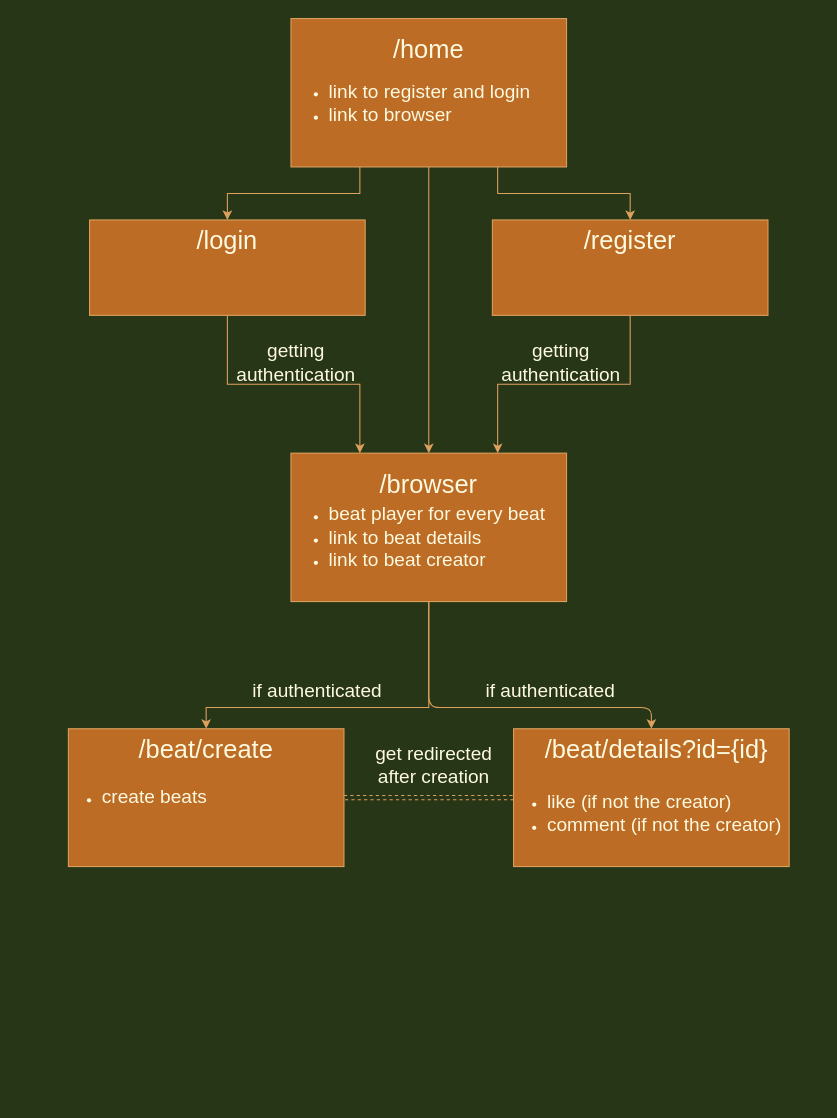
Before: static/images/app diagram.drawio in asen-krasimirov/Omega-Beats, a draw.io diagram. Source tidied: cells renumbered, new cells numbered last; positions are measured from the earlier drawing's top-left corner, leaving out a move shared by most shapes. Both pictures are drawn from the tidied source at 106%, with x=0, y=0 at pixel (57, 18).
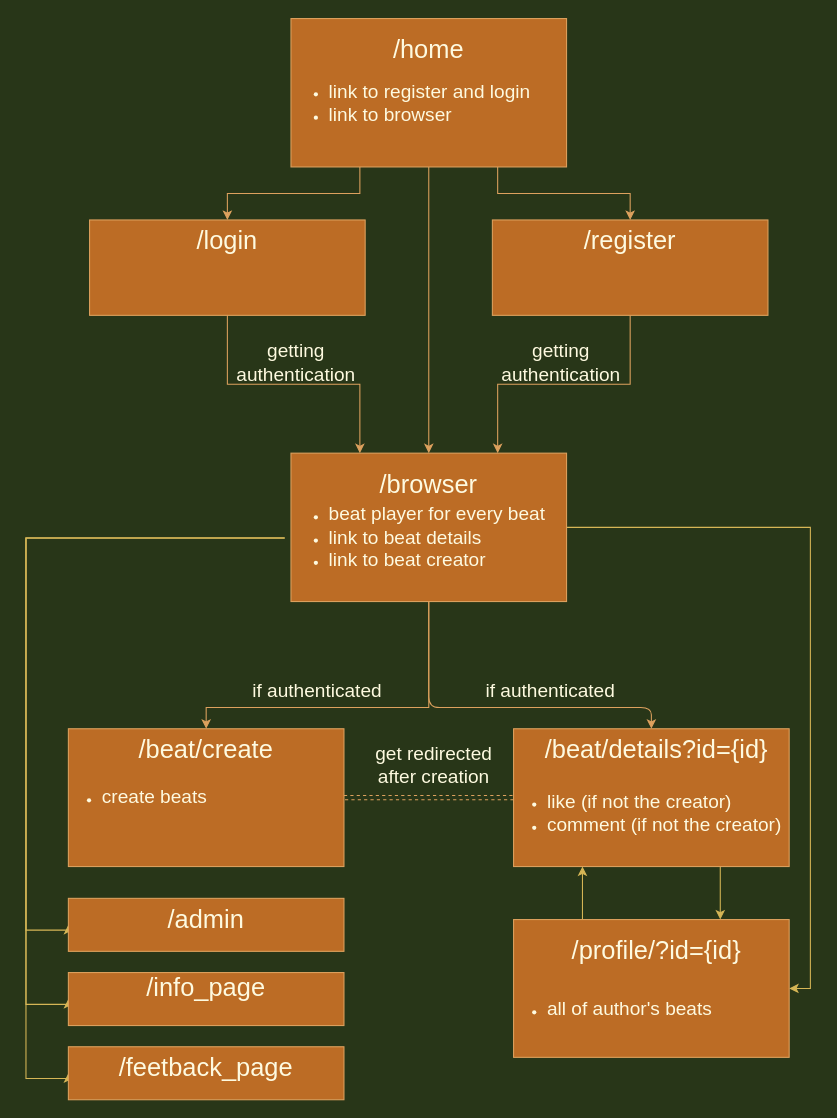
After the change.

The change refers to these unchanged cells:
```xml
<mxCell id="14" style="rounded=0;whiteSpace=wrap;html=1;fillColor=#BC6C25;strokeColor=#DDA15E;fontColor=#FEFAE0;" parent="1" vertex="1">
  <mxGeometry x="220" y="410" width="260" height="140" as="geometry" />
</mxCell>
<mxCell id="20" value="&lt;ul&gt;&lt;li&gt;&lt;font style=&quot;font-size: 18px&quot;&gt;beat player for every beat&lt;/font&gt;&lt;/li&gt;&lt;li&gt;&lt;font style=&quot;font-size: 18px&quot;&gt;link to beat details&lt;/font&gt;&lt;/li&gt;&lt;li&gt;&lt;font style=&quot;font-size: 18px&quot;&gt;link to beat creator&lt;/font&gt;&lt;/li&gt;&lt;/ul&gt;" style="text;html=1;align=left;verticalAlign=middle;points=[];strokeColor=none;fontColor=#FEFAE0;" parent="1" vertex="1">
  <mxGeometry x="214" y="450" width="260" height="80" as="geometry" />
</mxCell>
<mxCell id="24" style="rounded=0;whiteSpace=wrap;html=1;fillColor=#BC6C25;strokeColor=#DDA15E;fontColor=#FEFAE0;" parent="1" vertex="1">
  <mxGeometry x="430" y="670" width="260" height="130" as="geometry" />
</mxCell>
```

Diff of the diagram source:
```diff
@@
+    <mxCell id="32" style="edgeStyle=orthogonalEdgeStyle;rounded=0;jettySize=auto;html=1;exitX=1;exitY=0.5;exitDx=0;exitDy=0;entryX=1;entryY=0.5;entryDx=0;entryDy=0;fillColor=#fff2cc;strokeColor=#d6b656;" parent="1" edge="1" source="14" target="40">
+      <mxGeometry relative="1" as="geometry" />
+    </mxCell>
@@
+    <mxCell id="33" style="edgeStyle=orthogonalEdgeStyle;rounded=0;jettySize=auto;html=1;entryX=0;entryY=0.5;entryDx=0;entryDy=0;fillColor=#fff2cc;strokeColor=#d6b656;" parent="1" edge="1" source="20" target="37">
+      <mxGeometry relative="1" as="geometry">
+        <Array as="points">
+          <mxPoint x="-30" y="490" />
+          <mxPoint x="-30" y="860" />
+          <mxPoint x="10" y="860" />
+        </Array>
+      </mxGeometry>
+    </mxCell>
+    <mxCell id="34" style="edgeStyle=orthogonalEdgeStyle;rounded=0;jettySize=auto;html=1;entryX=0;entryY=0.5;entryDx=0;entryDy=0;fillColor=#fff2cc;strokeColor=#d6b656;" parent="1" edge="1" source="20" target="43">
+      <mxGeometry relative="1" as="geometry">
+        <Array as="points">
+          <mxPoint x="-30" y="490" />
+          <mxPoint x="-30" y="930" />
+          <mxPoint x="10" y="930" />
+        </Array>
+      </mxGeometry>
+    </mxCell>
+    <mxCell id="35" style="edgeStyle=orthogonalEdgeStyle;rounded=0;jettySize=auto;html=1;entryX=0;entryY=0.5;entryDx=0;entryDy=0;fillColor=#fff2cc;strokeColor=#d6b656;" parent="1" edge="1" source="20" target="44">
+      <mxGeometry relative="1" as="geometry">
+        <Array as="points">
+          <mxPoint x="-30" y="490" />
+          <mxPoint x="-30" y="1000" />
+          <mxPoint x="10" y="1000" />
+        </Array>
+      </mxGeometry>
+    </mxCell>
@@
+    <mxCell id="36" style="edgeStyle=orthogonalEdgeStyle;rounded=0;jettySize=auto;html=1;exitX=0.75;exitY=1;exitDx=0;exitDy=0;entryX=0.75;entryY=0;entryDx=0;entryDy=0;fillColor=#fff2cc;strokeColor=#d6b656;" parent="1" edge="1" source="24" target="40">
+      <mxGeometry relative="1" as="geometry" />
+    </mxCell>
@@
+    <mxCell id="37" style="rounded=0;whiteSpace=wrap;html=1;fillColor=#BC6C25;strokeColor=#DDA15E;fontColor=#FEFAE0;" parent="1" vertex="1">
+      <mxGeometry x="10" y="830" width="260" height="50" as="geometry" />
+    </mxCell>
+    <mxCell id="38" value="&lt;font style=&quot;font-size: 24px&quot;&gt;/admin&lt;br&gt;&lt;/font&gt;" style="text;html=1;strokeColor=none;fillColor=none;align=center;verticalAlign=middle;whiteSpace=wrap;rounded=0;fontColor=#FEFAE0;" parent="1" vertex="1">
+      <mxGeometry x="120" y="840" width="40" height="20" as="geometry" />
+    </mxCell>
+    <mxCell id="39" style="edgeStyle=orthogonalEdgeStyle;rounded=0;jettySize=auto;html=1;exitX=0.25;exitY=0;exitDx=0;exitDy=0;entryX=0.25;entryY=1;entryDx=0;entryDy=0;fillColor=#fff2cc;strokeColor=#d6b656;" parent="1" edge="1" source="40" target="24">
+      <mxGeometry relative="1" as="geometry" />
+    </mxCell>
+    <mxCell id="40" style="rounded=0;whiteSpace=wrap;html=1;fillColor=#BC6C25;strokeColor=#DDA15E;fontColor=#FEFAE0;" parent="1" vertex="1">
+      <mxGeometry x="430" y="850" width="260" height="130" as="geometry" />
+    </mxCell>
+    <mxCell id="41" value="&lt;font style=&quot;font-size: 24px&quot;&gt;/profile/?id={id}&lt;br&gt;&lt;/font&gt;" style="text;html=1;strokeColor=none;fillColor=none;align=center;verticalAlign=middle;whiteSpace=wrap;rounded=0;fontColor=#FEFAE0;" parent="1" vertex="1">
+      <mxGeometry x="420" y="870" width="290" height="20" as="geometry" />
+    </mxCell>
+    <mxCell id="42" value="&lt;ul&gt;&lt;li&gt;&lt;span style=&quot;font-size: 18px&quot;&gt;all of author's beats&lt;/span&gt;&lt;/li&gt;&lt;/ul&gt;" style="text;html=1;align=left;verticalAlign=middle;strokeColor=none;fontColor=#FEFAE0;" parent="1" vertex="1">
+      <mxGeometry x="420" y="910" width="210" height="50" as="geometry" />
+    </mxCell>
+    <mxCell id="43" style="rounded=0;whiteSpace=wrap;html=1;fillColor=#BC6C25;strokeColor=#DDA15E;fontColor=#FEFAE0;" parent="1" vertex="1">
+      <mxGeometry x="10" y="900" width="260" height="50" as="geometry" />
+    </mxCell>
+    <mxCell id="44" style="rounded=0;whiteSpace=wrap;html=1;fillColor=#BC6C25;strokeColor=#DDA15E;fontColor=#FEFAE0;" parent="1" vertex="1">
+      <mxGeometry x="10" y="970" width="260" height="50" as="geometry" />
+    </mxCell>
+    <mxCell id="45" value="&lt;font style=&quot;font-size: 24px&quot;&gt;/info_page&lt;br&gt;&lt;/font&gt;" style="text;html=1;strokeColor=none;fillColor=none;align=center;verticalAlign=middle;whiteSpace=wrap;rounded=0;fontColor=#FEFAE0;" parent="1" vertex="1">
+      <mxGeometry x="120" y="905" width="40" height="20" as="geometry" />
+    </mxCell>
+    <mxCell id="46" value="&lt;font style=&quot;font-size: 24px&quot;&gt;/feetback_page&lt;br&gt;&lt;/font&gt;" style="text;html=1;strokeColor=none;fillColor=none;align=center;verticalAlign=middle;whiteSpace=wrap;rounded=0;fontColor=#FEFAE0;" parent="1" vertex="1">
+      <mxGeometry x="120" y="980" width="40" height="20" as="geometry" />
+    </mxCell>
```
